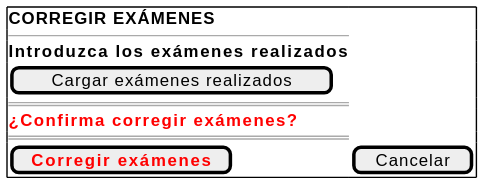
Before: documents/casos-de-uso/prototipadoCasosDeUso/corregirExamenes/corregirExamenesConfirmacion.svg, a diagram exported from PlantUML (martinlopez7/25-26-IdSw1-SdR). The source it was exported from:
```plantuml
@startsalt
{+
  <b>CORREGIR EXÁMENES</b>
  --

  <b>Introduzca los exámenes realizados</b>

  [ Cargar exámenes realizados ]

  ====
  <color:red><b>¿Confirma corregir exámenes?</b></color>
  ====
  [ <color:red><b>Corregir exámenes</b></color> ] | [ Cancelar ]

}
@endsalt
```
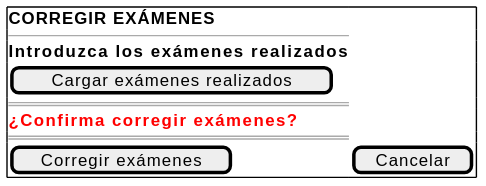
Later version of the same file.

The edit, as a diff of the source:
```diff
@@ -10,7 +10,7 @@
   ====
   <color:red><b>¿Confirma corregir exámenes?</b></color>
   ====
-  [ <color:red><b>Corregir exámenes</b></color> ] | [ Cancelar ]
+  [ Corregir exámenes ] | [ Cancelar ]
 
 }
 @endsalt
```
